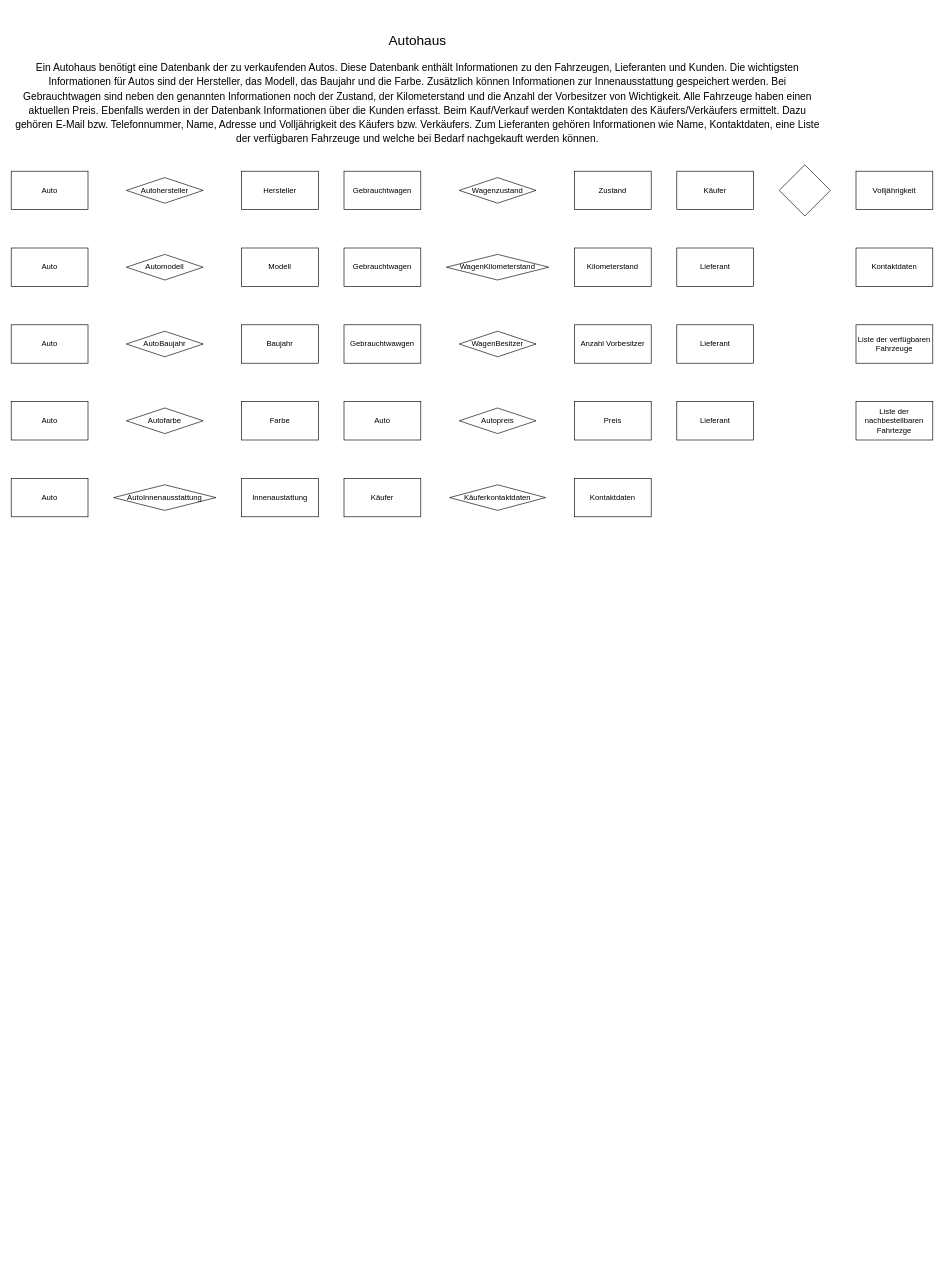
This is page "Page-1" (1 of 2) of Studium/aufg2_Milan_2021.drawio from mitmirzutun/Datenbanken, a draw.io file, before an edit. Source tidied: cells renumbered, new cells numbered last; positions are measured from the earlier drawing's top-left corner, leaving out a move shared by most shapes. Both pictures are drawn from the tidied source at 64%, with x=0, y=0 at pixel (11, 11).
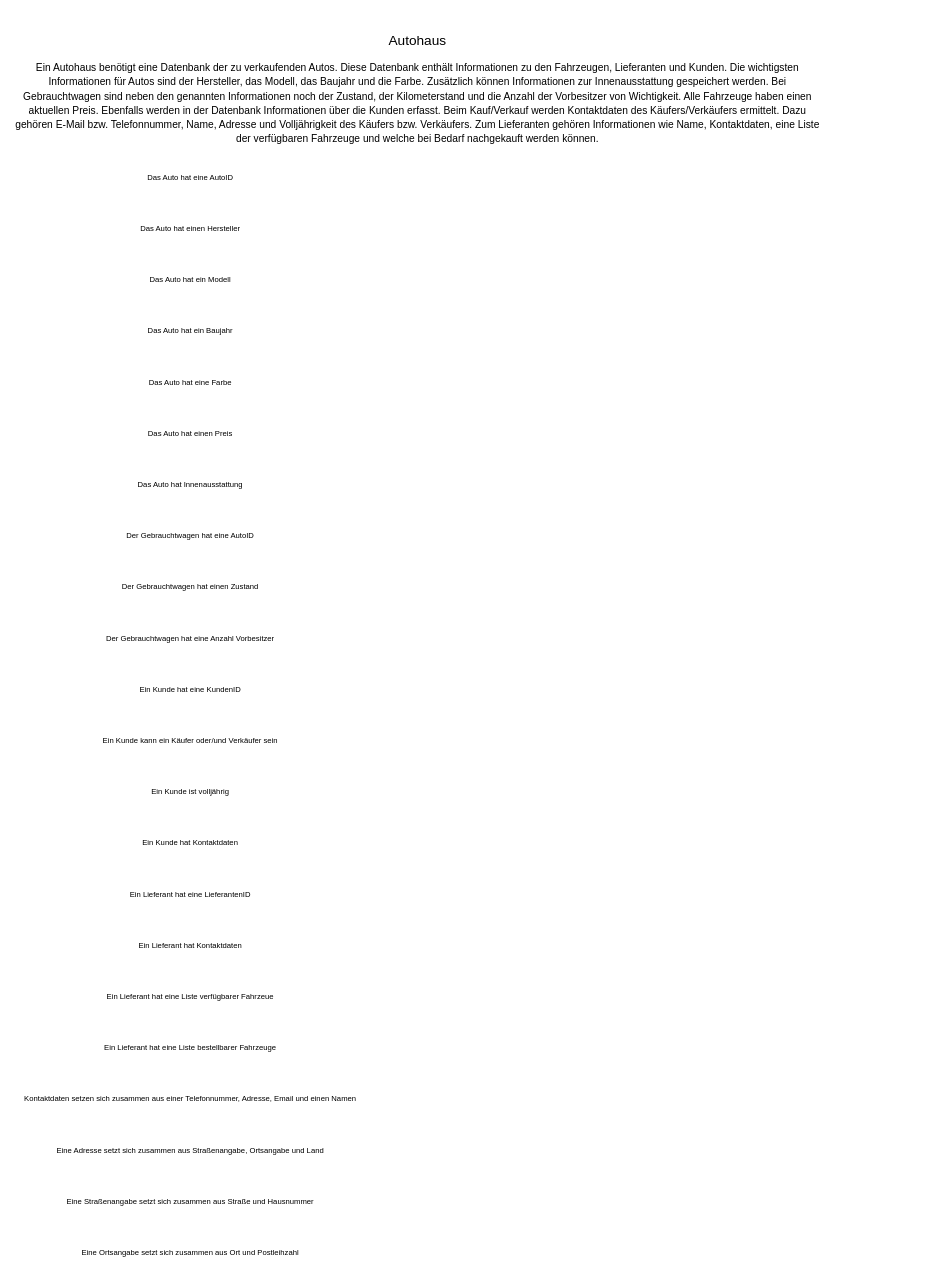
The same page after the edit.

The edit, as a diff of the source:
```diff
@@
-    <mxCell id="3" value="Auto" style="rounded=0;whiteSpace=wrap;html=1;" parent="1" vertex="1">
-      <mxGeometry y="250" width="120" height="60" as="geometry" />
-    </mxCell>
-    <mxCell id="4" value="Autohersteller" style="rhombus;whiteSpace=wrap;html=1;" parent="1" vertex="1">
-      <mxGeometry x="180" y="260" width="120" height="40" as="geometry" />
-    </mxCell>
-    <mxCell id="5" value="Hersteller" style="rounded=0;whiteSpace=wrap;html=1;" parent="1" vertex="1">
-      <mxGeometry x="360" y="250" width="120" height="60" as="geometry" />
-    </mxCell>
-    <mxCell id="6" value="Auto" style="rounded=0;whiteSpace=wrap;html=1;" parent="1" vertex="1">
-      <mxGeometry y="370" width="120" height="60" as="geometry" />
-    </mxCell>
-    <mxCell id="7" value="Modell" style="rounded=0;whiteSpace=wrap;html=1;" parent="1" vertex="1">
-      <mxGeometry x="360" y="370" width="120" height="60" as="geometry" />
-    </mxCell>
-    <mxCell id="8" value="Auto" style="rounded=0;whiteSpace=wrap;html=1;" parent="1" vertex="1">
-      <mxGeometry y="490" width="120" height="60" as="geometry" />
-    </mxCell>
-    <mxCell id="9" value="Baujahr" style="rounded=0;whiteSpace=wrap;html=1;" parent="1" vertex="1">
-      <mxGeometry x="360" y="490" width="120" height="60" as="geometry" />
-    </mxCell>
-    <mxCell id="10" value="Auto" style="rounded=0;whiteSpace=wrap;html=1;" parent="1" vertex="1">
-      <mxGeometry y="610" width="120" height="60" as="geometry" />
-    </mxCell>
-    <mxCell id="11" value="Farbe" style="rounded=0;whiteSpace=wrap;html=1;" parent="1" vertex="1">
-      <mxGeometry x="360" y="610" width="120" height="60" as="geometry" />
-    </mxCell>
-    <mxCell id="12" value="Auto" style="rounded=0;whiteSpace=wrap;html=1;" parent="1" vertex="1">
-      <mxGeometry y="730" width="120" height="60" as="geometry" />
-    </mxCell>
-    <mxCell id="13" value="Innenaustattung" style="rounded=0;whiteSpace=wrap;html=1;" parent="1" vertex="1">
-      <mxGeometry x="360" y="730" width="120" height="60" as="geometry" />
-    </mxCell>
-    <mxCell id="14" value="Gebrauchtwagen" style="rounded=0;whiteSpace=wrap;html=1;" parent="1" vertex="1">
-      <mxGeometry x="520" y="250" width="120" height="60" as="geometry" />
-    </mxCell>
-    <mxCell id="15" value="Zustand" style="rounded=0;whiteSpace=wrap;html=1;" parent="1" vertex="1">
-      <mxGeometry x="880" y="250" width="120" height="60" as="geometry" />
-    </mxCell>
-    <mxCell id="16" value="Wagenzustand" style="rhombus;whiteSpace=wrap;html=1;" parent="1" vertex="1">
-      <mxGeometry x="700" y="260" width="120" height="40" as="geometry" />
-    </mxCell>
-    <mxCell id="17" value="Kilometerstand" style="rounded=0;whiteSpace=wrap;html=1;" parent="1" vertex="1">
-      <mxGeometry x="880" y="370" width="120" height="60" as="geometry" />
-    </mxCell>
-    <mxCell id="18" value="Anzahl Vorbesitzer" style="rounded=0;whiteSpace=wrap;html=1;" parent="1" vertex="1">
-      <mxGeometry x="880" y="490" width="120" height="60" as="geometry" />
-    </mxCell>
-    <mxCell id="19" value="Gebrauchtwagen" style="rounded=0;whiteSpace=wrap;html=1;" parent="1" vertex="1">
-      <mxGeometry x="520" y="370" width="120" height="60" as="geometry" />
-    </mxCell>
-    <mxCell id="20" value="Gebrauchtwawgen" style="rounded=0;whiteSpace=wrap;html=1;" parent="1" vertex="1">
-      <mxGeometry x="520" y="490" width="120" height="60" as="geometry" />
-    </mxCell>
-    <mxCell id="21" value="Auto" style="rounded=0;whiteSpace=wrap;html=1;" parent="1" vertex="1">
-      <mxGeometry x="520" y="610" width="120" height="60" as="geometry" />
-    </mxCell>
-    <mxCell id="22" value="Preis" style="rounded=0;whiteSpace=wrap;html=1;" parent="1" vertex="1">
-      <mxGeometry x="880" y="610" width="120" height="60" as="geometry" />
-    </mxCell>
-    <mxCell id="23" value="Käufer" style="rounded=0;whiteSpace=wrap;html=1;" parent="1" vertex="1">
-      <mxGeometry x="520" y="730" width="120" height="60" as="geometry" />
-    </mxCell>
-    <mxCell id="24" value="Kontaktdaten" style="rounded=0;whiteSpace=wrap;html=1;" parent="1" vertex="1">
-      <mxGeometry x="880" y="730" width="120" height="60" as="geometry" />
-    </mxCell>
-    <mxCell id="25" value="Käufer" style="rounded=0;whiteSpace=wrap;html=1;" parent="1" vertex="1">
-      <mxGeometry x="1040" y="250" width="120" height="60" as="geometry" />
-    </mxCell>
-    <mxCell id="26" style="rhombus;whiteSpace=wrap;html=1;" parent="1" vertex="1">
-      <mxGeometry x="1200" y="240" width="80" height="80" as="geometry" />
-    </mxCell>
-    <mxCell id="27" value="Volljährigkeit" style="rounded=0;whiteSpace=wrap;html=1;" parent="1" vertex="1">
-      <mxGeometry x="1320" y="250" width="120" height="60" as="geometry" />
-    </mxCell>
-    <mxCell id="28" value="Kontaktdaten" style="rounded=0;whiteSpace=wrap;html=1;" parent="1" vertex="1">
-      <mxGeometry x="1320" y="370" width="120" height="60" as="geometry" />
-    </mxCell>
-    <mxCell id="29" value="Liste der verfügbaren Fahrzeuge" style="rounded=0;whiteSpace=wrap;html=1;" parent="1" vertex="1">
-      <mxGeometry x="1320" y="490" width="120" height="60" as="geometry" />
-    </mxCell>
-    <mxCell id="30" value="Liste der nachbestellbaren Fahrtezge" style="rounded=0;whiteSpace=wrap;html=1;" parent="1" vertex="1">
-      <mxGeometry x="1320" y="610" width="120" height="60" as="geometry" />
-    </mxCell>
-    <mxCell id="31" value="Lieferant" style="rounded=0;whiteSpace=wrap;html=1;" parent="1" vertex="1">
-      <mxGeometry x="1040" y="370" width="120" height="60" as="geometry" />
-    </mxCell>
-    <mxCell id="32" value="Lieferant" style="rounded=0;whiteSpace=wrap;html=1;" parent="1" vertex="1">
-      <mxGeometry x="1040" y="490" width="120" height="60" as="geometry" />
-    </mxCell>
-    <mxCell id="33" value="Lieferant" style="rounded=0;whiteSpace=wrap;html=1;" parent="1" vertex="1">
-      <mxGeometry x="1040" y="610" width="120" height="60" as="geometry" />
-    </mxCell>
-    <mxCell id="34" value="Automodell" style="rhombus;whiteSpace=wrap;html=1;" parent="1" vertex="1">
-      <mxGeometry x="180" y="380" width="120" height="40" as="geometry" />
-    </mxCell>
-    <mxCell id="35" value="AutoBaujahr" style="rhombus;whiteSpace=wrap;html=1;" parent="1" vertex="1">
-      <mxGeometry x="180" y="500" width="120" height="40" as="geometry" />
-    </mxCell>
-    <mxCell id="36" value="Autofarbe" style="rhombus;whiteSpace=wrap;html=1;" parent="1" vertex="1">
-      <mxGeometry x="180" y="620" width="120" height="40" as="geometry" />
-    </mxCell>
-    <mxCell id="37" value="AutoInnenausstattung" style="rhombus;whiteSpace=wrap;html=1;" parent="1" vertex="1">
-      <mxGeometry x="160" y="740" width="160" height="40" as="geometry" />
-    </mxCell>
-    <mxCell id="38" value="WagenKilometerstand" style="rhombus;whiteSpace=wrap;html=1;" parent="1" vertex="1">
-      <mxGeometry x="680" y="380" width="160" height="40" as="geometry" />
-    </mxCell>
-    <mxCell id="39" value="WagenBesitzer" style="rhombus;whiteSpace=wrap;html=1;" parent="1" vertex="1">
-      <mxGeometry x="700" y="500" width="120" height="40" as="geometry" />
-    </mxCell>
-    <mxCell id="40" value="Autopreis" style="rhombus;whiteSpace=wrap;html=1;" parent="1" vertex="1">
-      <mxGeometry x="700" y="620" width="120" height="40" as="geometry" />
-    </mxCell>
-    <mxCell id="41" value="Käuferkontaktdaten" style="rhombus;whiteSpace=wrap;html=1;" parent="1" vertex="1">
-      <mxGeometry x="685" y="740" width="150" height="40" as="geometry" />
-    </mxCell>
+    <mxCell id="42" value="Das Auto hat einen Hersteller" style="text;html=1;strokeColor=none;fillColor=none;align=center;verticalAlign=middle;whiteSpace=wrap;rounded=0;" parent="1" vertex="1">
+      <mxGeometry y="320" width="560" height="40" as="geometry" />
+    </mxCell>
+    <mxCell id="43" value="Das Auto hat ein Modell" style="text;html=1;strokeColor=none;fillColor=none;align=center;verticalAlign=middle;whiteSpace=wrap;rounded=0;" parent="1" vertex="1">
+      <mxGeometry y="400" width="560" height="40" as="geometry" />
+    </mxCell>
+    <mxCell id="44" value="Das Auto hat ein Baujahr" style="text;html=1;strokeColor=none;fillColor=none;align=center;verticalAlign=middle;whiteSpace=wrap;rounded=0;" parent="1" vertex="1">
+      <mxGeometry y="480" width="560" height="40" as="geometry" />
+    </mxCell>
+    <mxCell id="45" value="Das Auto hat eine Farbe" style="text;html=1;strokeColor=none;fillColor=none;align=center;verticalAlign=middle;whiteSpace=wrap;rounded=0;" parent="1" vertex="1">
+      <mxGeometry y="560" width="560" height="40" as="geometry" />
+    </mxCell>
+    <mxCell id="46" value="Das Auto hat einen Preis" style="text;html=1;strokeColor=none;fillColor=none;align=center;verticalAlign=middle;whiteSpace=wrap;rounded=0;" parent="1" vertex="1">
+      <mxGeometry y="640" width="560" height="40" as="geometry" />
+    </mxCell>
+    <mxCell id="47" value="Das Auto hat Innenausstattung" style="text;html=1;strokeColor=none;fillColor=none;align=center;verticalAlign=middle;whiteSpace=wrap;rounded=0;" parent="1" vertex="1">
+      <mxGeometry y="720" width="560" height="40" as="geometry" />
+    </mxCell>
+    <mxCell id="48" value="Der Gebrauchtwagen hat einen Zustand" style="text;html=1;strokeColor=none;fillColor=none;align=center;verticalAlign=middle;whiteSpace=wrap;rounded=0;" parent="1" vertex="1">
+      <mxGeometry y="880" width="560" height="40" as="geometry" />
+    </mxCell>
+    <mxCell id="49" value="Der Gebrauchtwagen hat eine Anzahl Vorbesitzer" style="text;html=1;strokeColor=none;fillColor=none;align=center;verticalAlign=middle;whiteSpace=wrap;rounded=0;" parent="1" vertex="1">
+      <mxGeometry y="960" width="560" height="40" as="geometry" />
+    </mxCell>
+    <mxCell id="50" value="Ein Kunde kann ein Käufer oder/und Verkäufer sein" style="text;html=1;strokeColor=none;fillColor=none;align=center;verticalAlign=middle;whiteSpace=wrap;rounded=0;" parent="1" vertex="1">
+      <mxGeometry y="1120" width="560" height="40" as="geometry" />
+    </mxCell>
+    <mxCell id="51" value="Ein Kunde ist volljährig" style="text;html=1;strokeColor=none;fillColor=none;align=center;verticalAlign=middle;whiteSpace=wrap;rounded=0;" parent="1" vertex="1">
+      <mxGeometry y="1200" width="560" height="40" as="geometry" />
+    </mxCell>
+    <mxCell id="52" value="Ein Kunde hat Kontaktdaten" style="text;html=1;strokeColor=none;fillColor=none;align=center;verticalAlign=middle;whiteSpace=wrap;rounded=0;" parent="1" vertex="1">
+      <mxGeometry y="1280" width="560" height="40" as="geometry" />
+    </mxCell>
+    <mxCell id="53" value="Ein Lieferant hat Kontaktdaten" style="text;html=1;strokeColor=none;fillColor=none;align=center;verticalAlign=middle;whiteSpace=wrap;rounded=0;" parent="1" vertex="1">
+      <mxGeometry y="1440" width="560" height="40" as="geometry" />
+    </mxCell>
+    <mxCell id="54" value="Ein Lieferant hat eine Liste verfügbarer Fahrzeue" style="text;html=1;strokeColor=none;fillColor=none;align=center;verticalAlign=middle;whiteSpace=wrap;rounded=0;" parent="1" vertex="1">
+      <mxGeometry y="1520" width="560" height="40" as="geometry" />
+    </mxCell>
+    <mxCell id="55" value="Ein Lieferant hat eine Liste bestellbarer Fahrzeuge" style="text;html=1;strokeColor=none;fillColor=none;align=center;verticalAlign=middle;whiteSpace=wrap;rounded=0;" parent="1" vertex="1">
+      <mxGeometry y="1600" width="560" height="40" as="geometry" />
+    </mxCell>
+    <mxCell id="56" value="Kontaktdaten setzen sich zusammen aus einer Telefonnummer, Adresse, Email und einen Namen" style="text;html=1;strokeColor=none;fillColor=none;align=center;verticalAlign=middle;whiteSpace=wrap;rounded=0;" parent="1" vertex="1">
+      <mxGeometry y="1680" width="560" height="40" as="geometry" />
+    </mxCell>
+    <mxCell id="57" value="Eine Adresse setzt sich zusammen aus Straßenangabe, Ortsangabe und Land" style="text;html=1;strokeColor=none;fillColor=none;align=center;verticalAlign=middle;whiteSpace=wrap;rounded=0;" parent="1" vertex="1">
+      <mxGeometry y="1760" width="560" height="40" as="geometry" />
+    </mxCell>
+    <mxCell id="58" value="Eine Straßenangabe setzt sich zusammen aus Straße und Hausnummer" style="text;html=1;strokeColor=none;fillColor=none;align=center;verticalAlign=middle;whiteSpace=wrap;rounded=0;" parent="1" vertex="1">
+      <mxGeometry y="1840" width="560" height="40" as="geometry" />
+    </mxCell>
+    <mxCell id="59" value="Das Auto hat eine AutoID" style="text;html=1;strokeColor=none;fillColor=none;align=center;verticalAlign=middle;whiteSpace=wrap;rounded=0;" parent="1" vertex="1">
+      <mxGeometry y="240" width="560" height="40" as="geometry" />
+    </mxCell>
+    <mxCell id="60" value="Der Gebrauchtwagen hat eine AutoID" style="text;html=1;strokeColor=none;fillColor=none;align=center;verticalAlign=middle;whiteSpace=wrap;rounded=0;" parent="1" vertex="1">
+      <mxGeometry y="800" width="560" height="40" as="geometry" />
+    </mxCell>
+    <mxCell id="61" value="Ein Kunde hat eine KundenID" style="text;html=1;strokeColor=none;fillColor=none;align=center;verticalAlign=middle;whiteSpace=wrap;rounded=0;" parent="1" vertex="1">
+      <mxGeometry y="1040" width="560" height="40" as="geometry" />
+    </mxCell>
+    <mxCell id="62" value="Ein Lieferant hat eine LieferantenID" style="text;html=1;strokeColor=none;fillColor=none;align=center;verticalAlign=middle;whiteSpace=wrap;rounded=0;" parent="1" vertex="1">
+      <mxGeometry y="1360" width="560" height="40" as="geometry" />
+    </mxCell>
+    <mxCell id="63" value="Eine Ortsangabe setzt sich zusammen aus Ort und Postleihzahl" style="text;html=1;strokeColor=none;fillColor=none;align=center;verticalAlign=middle;whiteSpace=wrap;rounded=0;" parent="1" vertex="1">
+      <mxGeometry y="1920" width="560" height="40" as="geometry" />
+    </mxCell>
```
